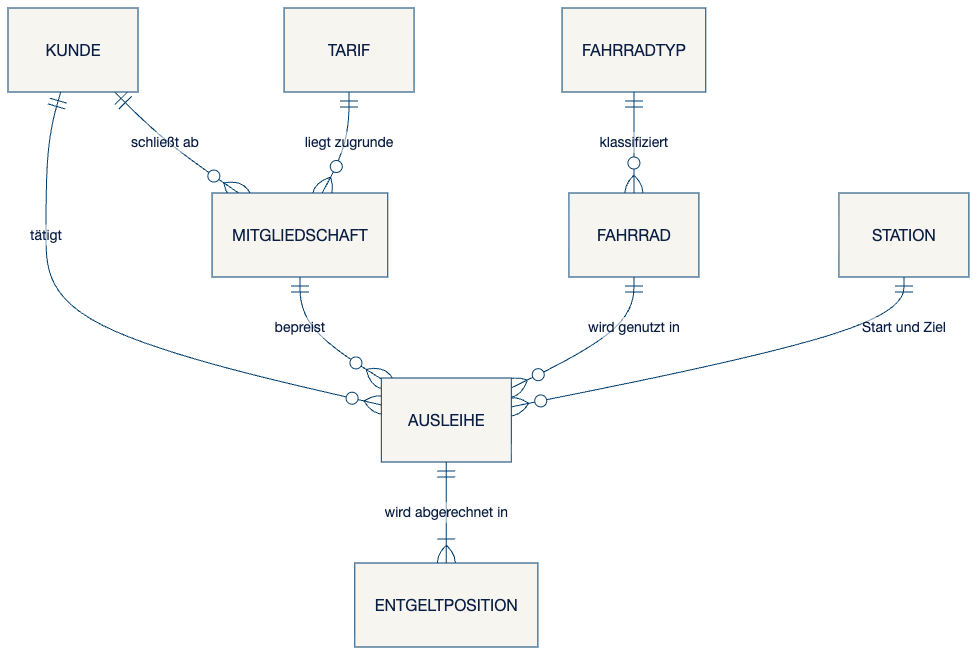
Earlier version of the Mermaid export slides/assets/erm-konzeptionell.png (swrobuts/velocity-fallstudie). Its source is kept beside it as doku/datenmodell/erd/erm-konzeptionell.mmd. The source it was exported from:
```mermaid
erDiagram
    KUNDE          ||--o{ MITGLIEDSCHAFT : "schließt ab"
    TARIF          ||--o{ MITGLIEDSCHAFT : "liegt zugrunde"
    KUNDE          ||--o{ AUSLEIHE       : "tätigt"
    MITGLIEDSCHAFT ||--o{ AUSLEIHE       : "bepreist"
    FAHRRAD        ||--o{ AUSLEIHE       : "wird genutzt in"
    STATION        ||--o{ AUSLEIHE       : "Start und Ziel"
    FAHRRADTYP     ||--o{ FAHRRAD        : "klassifiziert"
    AUSLEIHE       ||--|{ ENTGELTPOSITION : "wird abgerechnet in"
```
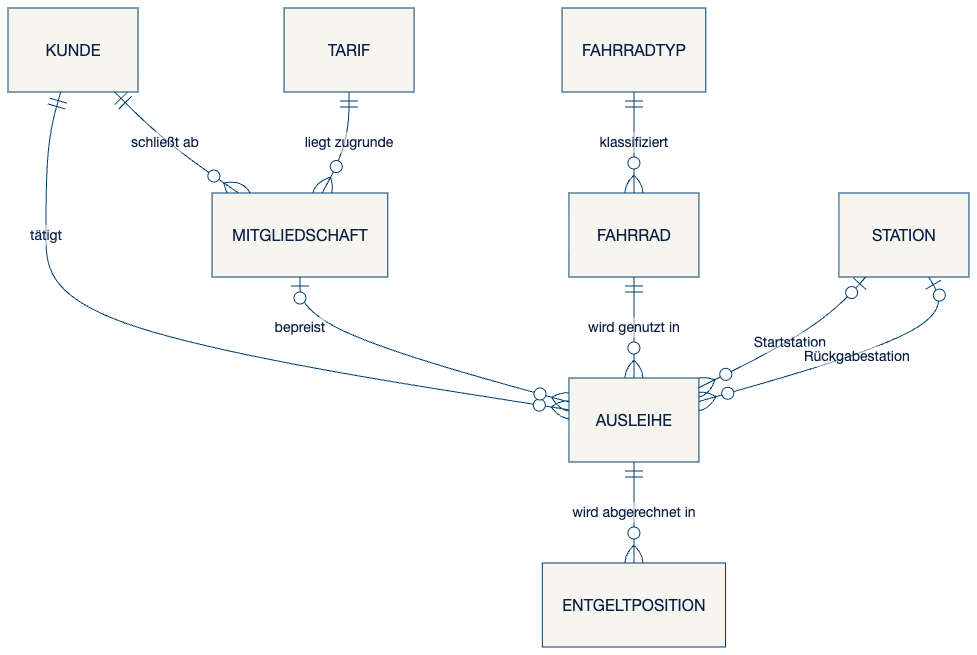
After the change.

What changed in the source:
```diff
@@ -2,8 +2,9 @@
     KUNDE          ||--o{ MITGLIEDSCHAFT : "schließt ab"
     TARIF          ||--o{ MITGLIEDSCHAFT : "liegt zugrunde"
     KUNDE          ||--o{ AUSLEIHE       : "tätigt"
-    MITGLIEDSCHAFT ||--o{ AUSLEIHE       : "bepreist"
+    MITGLIEDSCHAFT |o--o{ AUSLEIHE       : "bepreist"
     FAHRRAD        ||--o{ AUSLEIHE       : "wird genutzt in"
-    STATION        ||--o{ AUSLEIHE       : "Start und Ziel"
+    STATION        |o--o{ AUSLEIHE       : "Startstation"
+    STATION        |o--o{ AUSLEIHE       : "Rückgabestation"
     FAHRRADTYP     ||--o{ FAHRRAD        : "klassifiziert"
-    AUSLEIHE       ||--|{ ENTGELTPOSITION : "wird abgerechnet in"
+    AUSLEIHE       ||--o{ ENTGELTPOSITION : "wird abgerechnet in"
```
